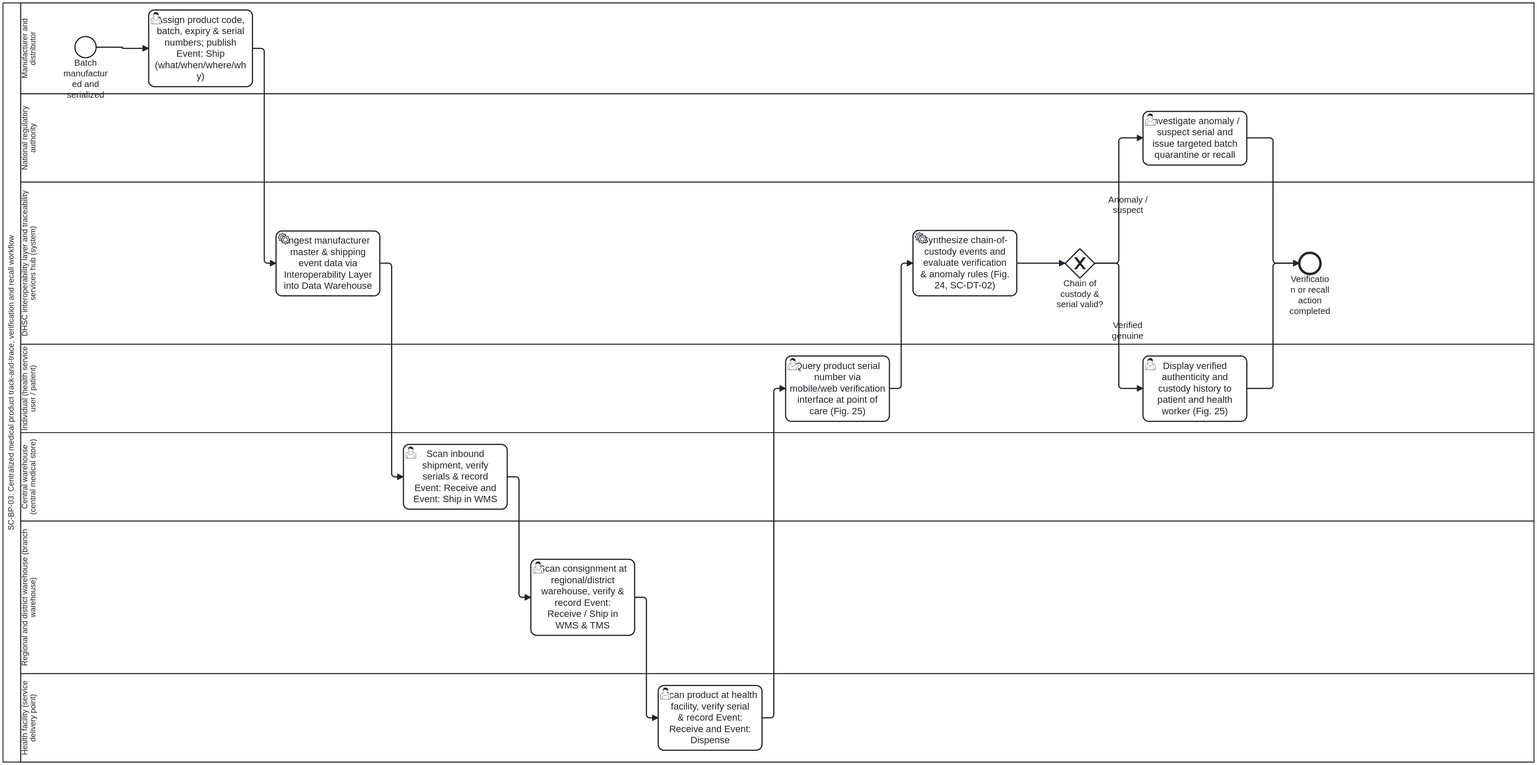
Before: folio/dth-sc/media/bp-sc-bp-03-centralized-track-and-trace.svg, a diagram exported from BPMN (litlfred/dth-sc). Its source is kept beside it as folio/dth-sc/ch04-traceability/bp-sc-bp-03-centralized-track-and-trace.bpmn. Ids are renumbered.
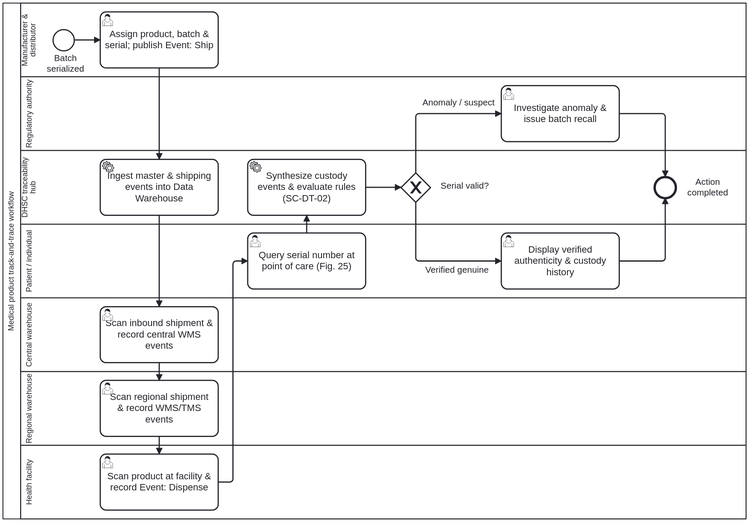
The same diagram one commit later.

Commit message:
Compact and detangle SC-BP-01..03 BPMN diagrams and re-render SVGs

Diff of the diagram source:
```diff
@@ -14,84 +14,84 @@
   <bpmn:resource id="pers:health-service-user" name="Individual (health service user / patient)"/>
 
   <bpmn:collaboration id="Collab_SC_BP_03">
-    <bpmn:participant id="Pool_SC_BP_03" name="SC-BP-03: Centralized medical product track-and-trace, verification and recall workflow" processRef="SC_BP_03"/>
+    <bpmn:participant id="Pool_SC_BP_03" name="Medical product track-and-trace workflow" processRef="SC_BP_03"/>
   </bpmn:collaboration>
 
-  <bpmn:process id="SC_BP_03" name="SC-BP-03: Centralized medical product track-and-trace, verification and recall workflow" isExecutable="false">
+  <bpmn:process id="SC_BP_03" name="Centralized medical product track-and-trace, verification and recall workflow" isExecutable="false">
     <bpmn:documentation>Models end-to-end medical product serialization, traceability event capture (what: product identifier, batch, serial; when: timestamp; where: location; why: receive, ship, dispense, discard), central aggregation via the DHSC interoperability layer and data warehouse, point-of-dispense verification, and regulatory anomaly/recall investigation in the centralized traceability model (Chapter 4 Figures 24–25).</bpmn:documentation>
     <bpmn:laneSet id="LaneSet_SC_BP_03">
-      <bpmn:lane id="Lane_BP03_Manufacturer" name="Manufacturer and distributor" partitionElementRef="pers:manufacturer-distributor">
+      <bpmn:lane id="Lane_BP03_Manufacturer" name="Manufacturer &amp; distributor" partitionElementRef="pers:manufacturer-distributor">
         <bpmn:flowNodeRef>Start_BP03</bpmn:flowNodeRef>
         <bpmn:flowNodeRef>Task_BP03_01</bpmn:flowNodeRef>
       </bpmn:lane>
-      <bpmn:lane id="Lane_BP03_CentralWarehouse" name="Central warehouse (central medical store)" partitionElementRef="pers:central-warehouse">
-        <bpmn:flowNodeRef>Task_BP03_03</bpmn:flowNodeRef>
+      <bpmn:lane id="Lane_BP03_Regulatory" name="Regulatory authority" partitionElementRef="pers:regulatory-authority">
+        <bpmn:flowNodeRef>Task_BP03_09</bpmn:flowNodeRef>
       </bpmn:lane>
-      <bpmn:lane id="Lane_BP03_RegionalWarehouse" name="Regional and district warehouse (branch warehouse)" partitionElementRef="pers:regional-district-warehouse">
-        <bpmn:flowNodeRef>Task_BP03_04</bpmn:flowNodeRef>
-      </bpmn:lane>
-      <bpmn:lane id="Lane_BP03_HealthFacility" name="Health facility (service delivery point)" partitionElementRef="pers:health-facility">
-        <bpmn:flowNodeRef>Task_BP03_05</bpmn:flowNodeRef>
-      </bpmn:lane>
-      <bpmn:lane id="Lane_BP03_DHSCTraceabilityHub" name="DHSC interoperability layer and traceability services hub (system)" partitionElementRef="pers:system-dhsc-traceability-hub">
+      <bpmn:lane id="Lane_BP03_DHSCTraceabilityHub" name="DHSC traceability hub" partitionElementRef="pers:system-dhsc-traceability-hub">
         <bpmn:flowNodeRef>Task_BP03_02</bpmn:flowNodeRef>
         <bpmn:flowNodeRef>Task_BP03_07</bpmn:flowNodeRef>
         <bpmn:flowNodeRef>Gw_BP03_Authentic</bpmn:flowNodeRef>
         <bpmn:flowNodeRef>End_BP03</bpmn:flowNodeRef>
       </bpmn:lane>
-      <bpmn:lane id="Lane_BP03_Regulatory" name="National regulatory authority" partitionElementRef="pers:regulatory-authority">
-        <bpmn:flowNodeRef>Task_BP03_09</bpmn:flowNodeRef>
-      </bpmn:lane>
-      <bpmn:lane id="Lane_BP03_Individual" name="Individual (health service user / patient)" partitionElementRef="pers:health-service-user">
+      <bpmn:lane id="Lane_BP03_Individual" name="Patient / individual" partitionElementRef="pers:health-service-user">
         <bpmn:flowNodeRef>Task_BP03_06</bpmn:flowNodeRef>
         <bpmn:flowNodeRef>Task_BP03_08</bpmn:flowNodeRef>
       </bpmn:lane>
+      <bpmn:lane id="Lane_BP03_CentralWarehouse" name="Central warehouse" partitionElementRef="pers:central-warehouse">
+        <bpmn:flowNodeRef>Task_BP03_03</bpmn:flowNodeRef>
+      </bpmn:lane>
+      <bpmn:lane id="Lane_BP03_RegionalWarehouse" name="Regional warehouse" partitionElementRef="pers:regional-district-warehouse">
+        <bpmn:flowNodeRef>Task_BP03_04</bpmn:flowNodeRef>
+      </bpmn:lane>
+      <bpmn:lane id="Lane_BP03_HealthFacility" name="Health facility" partitionElementRef="pers:health-facility">
+        <bpmn:flowNodeRef>Task_BP03_05</bpmn:flowNodeRef>
+      </bpmn:lane>
     </bpmn:laneSet>
-    <bpmn:startEvent id="Start_BP03" name="Batch manufactured and serialized">
+    <bpmn:startEvent id="Start_BP03" name="Batch serialized">
       <bpmn:outgoing>Flow_BP03_01</bpmn:outgoing>
     </bpmn:startEvent>
-    <bpmn:userTask id="Task_BP03_01" name="Assign product code, batch, expiry &amp; serial numbers; publish Event: Ship (what/when/where/why)">
+    <bpmn:userTask id="Task_BP03_01" name="Assign product, batch &amp; serial; publish Event: Ship">
       <bpmn:incoming>Flow_BP03_01</bpmn:incoming>
       <bpmn:outgoing>Flow_BP03_02</bpmn:outgoing>
     </bpmn:userTask>
-    <bpmn:serviceTask id="Task_BP03_02" name="Ingest manufacturer master &amp; shipping event data via Interoperability Layer into Data Warehouse">
+    <bpmn:serviceTask id="Task_BP03_02" name="Ingest master &amp; shipping events into Data Warehouse">
       <bpmn:incoming>Flow_BP03_02</bpmn:incoming>
       <bpmn:outgoing>Flow_BP03_03</bpmn:outgoing>
     </bpmn:serviceTask>
-    <bpmn:userTask id="Task_BP03_03" name="Scan inbound shipment, verify serials &amp; record Event: Receive and Event: Ship in WMS">
+    <bpmn:userTask id="Task_BP03_03" name="Scan inbound shipment &amp; record central WMS events">
       <bpmn:incoming>Flow_BP03_03</bpmn:incoming>
       <bpmn:outgoing>Flow_BP03_04</bpmn:outgoing>
     </bpmn:userTask>
-    <bpmn:userTask id="Task_BP03_04" name="Scan consignment at regional/district warehouse, verify &amp; record Event: Receive / Ship in WMS &amp; TMS">
+    <bpmn:userTask id="Task_BP03_04" name="Scan regional shipment &amp; record WMS/TMS events">
       <bpmn:incoming>Flow_BP03_04</bpmn:incoming>
       <bpmn:outgoing>Flow_BP03_05</bpmn:outgoing>
     </bpmn:userTask>
-    <bpmn:userTask id="Task_BP03_05" name="Scan product at health facility, verify serial &amp; record Event: Receive and Event: Dispense">
+    <bpmn:userTask id="Task_BP03_05" name="Scan product at facility &amp; record Event: Dispense">
       <bpmn:incoming>Flow_BP03_05</bpmn:incoming>
       <bpmn:outgoing>Flow_BP03_06</bpmn:outgoing>
     </bpmn:userTask>
-    <bpmn:userTask id="Task_BP03_06" name="Query product serial number via mobile/web verification interface at point of care (Fig. 25)">
+    <bpmn:userTask id="Task_BP03_06" name="Query serial number at point of care (Fig. 25)">
       <bpmn:incoming>Flow_BP03_06</bpmn:incoming>
       <bpmn:outgoing>Flow_BP03_07</bpmn:outgoing>
     </bpmn:userTask>
-    <bpmn:serviceTask id="Task_BP03_07" name="Synthesize chain-of-custody events and evaluate verification &amp; anomaly rules (Fig. 24, SC-DT-02)">
+    <bpmn:serviceTask id="Task_BP03_07" name="Synthesize custody events &amp; evaluate rules (SC-DT-02)">
       <bpmn:incoming>Flow_BP03_07</bpmn:incoming>
       <bpmn:outgoing>Flow_BP03_08</bpmn:outgoing>
     </bpmn:serviceTask>
-    <bpmn:exclusiveGateway id="Gw_BP03_Authentic" name="Chain of custody &amp; serial valid?">
+    <bpmn:exclusiveGateway id="Gw_BP03_Authentic" name="Serial valid?">
       <bpmn:incoming>Flow_BP03_08</bpmn:incoming>
       <bpmn:outgoing>Flow_BP03_09</bpmn:outgoing>
       <bpmn:outgoing>Flow_BP03_10</bpmn:outgoing>
     </bpmn:exclusiveGateway>
-    <bpmn:userTask id="Task_BP03_08" name="Display verified authenticity and custody history to patient and health worker (Fig. 25)">
+    <bpmn:userTask id="Task_BP03_08" name="Display verified authenticity &amp; custody history">
       <bpmn:incoming>Flow_BP03_09</bpmn:incoming>
       <bpmn:outgoing>Flow_BP03_11</bpmn:outgoing>
     </bpmn:userTask>
-    <bpmn:userTask id="Task_BP03_09" name="Investigate anomaly / suspect serial and issue targeted batch quarantine or recall">
+    <bpmn:userTask id="Task_BP03_09" name="Investigate anomaly &amp; issue batch recall">
       <bpmn:incoming>Flow_BP03_10</bpmn:incoming>
       <bpmn:outgoing>Flow_BP03_12</bpmn:outgoing>
     </bpmn:userTask>
-    <bpmn:endEvent id="End_BP03" name="Verification or recall action completed">
+    <bpmn:endEvent id="End_BP03" name="Action completed">
       <bpmn:incoming>Flow_BP03_11</bpmn:incoming>
       <bpmn:incoming>Flow_BP03_12</bpmn:incoming>
     </bpmn:endEvent>
@@ -103,8 +103,8 @@
     <bpmn:sequenceFlow id="Flow_BP03_06" sourceRef="Task_BP03_05" targetRef="Task_BP03_06"/>
     <bpmn:sequenceFlow id="Flow_BP03_07" sourceRef="Task_BP03_06" targetRef="Task_BP03_07"/>
     <bpmn:sequenceFlow id="Flow_BP03_08" sourceRef="Task_BP03_07" targetRef="Gw_BP03_Authentic"/>
-    <bpmn:sequenceFlow id="Flow_BP03_09" sourceRef="Gw_BP03_Authentic" targetRef="Task_BP03_08" name="Verified genuine"/>
-    <bpmn:sequenceFlow id="Flow_BP03_10" sourceRef="Gw_BP03_Authentic" targetRef="Task_BP03_09" name="Anomaly / suspect"/>
+    <bpmn:sequenceFlow id="Flow_BP03_09" name="Verified genuine" sourceRef="Gw_BP03_Authentic" targetRef="Task_BP03_08"/>
+    <bpmn:sequenceFlow id="Flow_BP03_10" name="Anomaly / suspect" sourceRef="Gw_BP03_Authentic" targetRef="Task_BP03_09"/>
     <bpmn:sequenceFlow id="Flow_BP03_11" sourceRef="Task_BP03_08" targetRef="End_BP03"/>
     <bpmn:sequenceFlow id="Flow_BP03_12" sourceRef="Task_BP03_09" targetRef="End_BP03"/>
   </bpmn:process>
@@ -112,134 +112,133 @@
   <bpmndi:BPMNDiagram id="BPMNDiagram_SC_BP_03">
     <bpmndi:BPMNPlane id="BPMNPlane_SC_BP_03" bpmnElement="Collab_SC_BP_03">
       <bpmndi:BPMNShape id="Pool_SC_BP_03_di" bpmnElement="Pool_SC_BP_03" isHorizontal="true">
-        <dc:Bounds x="120" y="80" width="2596" height="1288" />
+        <dc:Bounds x="120" y="80" width="1260" height="875" />
       </bpmndi:BPMNShape>
       <bpmndi:BPMNShape id="Lane_BP03_Manufacturer_di" bpmnElement="Lane_BP03_Manufacturer" isHorizontal="true">
-        <dc:Bounds x="150" y="80" width="2566" height="154" />
+        <dc:Bounds x="150" y="80" width="1230" height="125" />
+      </bpmndi:BPMNShape>
+      <bpmndi:BPMNShape id="Lane_BP03_Regulatory_di" bpmnElement="Lane_BP03_Regulatory" isHorizontal="true">
+        <dc:Bounds x="150" y="205" width="1230" height="125" />
+      </bpmndi:BPMNShape>
+      <bpmndi:BPMNShape id="Lane_BP03_DHSCTraceabilityHub_di" bpmnElement="Lane_BP03_DHSCTraceabilityHub" isHorizontal="true">
+        <dc:Bounds x="150" y="330" width="1230" height="125" />
+      </bpmndi:BPMNShape>
+      <bpmndi:BPMNShape id="Lane_BP03_Individual_di" bpmnElement="Lane_BP03_Individual" isHorizontal="true">
+        <dc:Bounds x="150" y="455" width="1230" height="125" />
       </bpmndi:BPMNShape>
       <bpmndi:BPMNShape id="Lane_BP03_CentralWarehouse_di" bpmnElement="Lane_BP03_CentralWarehouse" isHorizontal="true">
-        <dc:Bounds x="150" y="809" width="2566" height="150" />
+        <dc:Bounds x="150" y="580" width="1230" height="125" />
       </bpmndi:BPMNShape>
       <bpmndi:BPMNShape id="Lane_BP03_RegionalWarehouse_di" bpmnElement="Lane_BP03_RegionalWarehouse" isHorizontal="true">
-        <dc:Bounds x="150" y="959" width="2566" height="259" />
+        <dc:Bounds x="150" y="705" width="1230" height="125" />
       </bpmndi:BPMNShape>
       <bpmndi:BPMNShape id="Lane_BP03_HealthFacility_di" bpmnElement="Lane_BP03_HealthFacility" isHorizontal="true">
-        <dc:Bounds x="150" y="1218" width="2566" height="150" />
-      </bpmndi:BPMNShape>
-      <bpmndi:BPMNShape id="Lane_BP03_DHSCTraceabilityHub_di" bpmnElement="Lane_BP03_DHSCTraceabilityHub" isHorizontal="true">
-        <dc:Bounds x="150" y="384" width="2566" height="275" />
-      </bpmndi:BPMNShape>
-      <bpmndi:BPMNShape id="Lane_BP03_Regulatory_di" bpmnElement="Lane_BP03_Regulatory" isHorizontal="true">
-        <dc:Bounds x="150" y="234" width="2566" height="150" />
-      </bpmndi:BPMNShape>
-      <bpmndi:BPMNShape id="Lane_BP03_Individual_di" bpmnElement="Lane_BP03_Individual" isHorizontal="true">
-        <dc:Bounds x="150" y="659" width="2566" height="150" />
+        <dc:Bounds x="150" y="830" width="1230" height="125" />
       </bpmndi:BPMNShape>
       <bpmndi:BPMNShape id="Start_BP03_di" bpmnElement="Start_BP03">
-        <dc:Bounds x="242" y="137" width="36" height="36" />
+        <dc:Bounds x="205" y="124.5" width="36" height="36" />
+        <bpmndi:BPMNLabel>
+          <dc:Bounds x="188" y="165" width="76" height="36" />
+        </bpmndi:BPMNLabel>
       </bpmndi:BPMNShape>
       <bpmndi:BPMNShape id="Task_BP03_01_di" bpmnElement="Task_BP03_01">
-        <dc:Bounds x="367" y="92" width="176" height="130" />
+        <dc:Bounds x="285" y="95" width="200" height="95" />
       </bpmndi:BPMNShape>
       <bpmndi:BPMNShape id="Task_BP03_02_di" bpmnElement="Task_BP03_02">
-        <dc:Bounds x="583" y="466.5" width="176" height="110" />
+        <dc:Bounds x="285" y="345" width="200" height="95" />
       </bpmndi:BPMNShape>
       <bpmndi:BPMNShape id="Task_BP03_03_di" bpmnElement="Task_BP03_03">
-        <dc:Bounds x="799" y="829" width="176" height="110" />
+        <dc:Bounds x="285" y="595" width="200" height="95" />
       </bpmndi:BPMNShape>
       <bpmndi:BPMNShape id="Task_BP03_04_di" bpmnElement="Task_BP03_04">
-        <dc:Bounds x="1015" y="1024" width="176" height="129" />
+        <dc:Bounds x="285" y="720" width="200" height="95" />
       </bpmndi:BPMNShape>
       <bpmndi:BPMNShape id="Task_BP03_05_di" bpmnElement="Task_BP03_05">
-        <dc:Bounds x="1231" y="1238" width="176" height="110" />
+        <dc:Bounds x="285" y="845" width="200" height="95" />
       </bpmndi:BPMNShape>
       <bpmndi:BPMNShape id="Task_BP03_06_di" bpmnElement="Task_BP03_06">
-        <dc:Bounds x="1447" y="678.5" width="176" height="111" />
+        <dc:Bounds x="535" y="470" width="200" height="95" />
       </bpmndi:BPMNShape>
       <bpmndi:BPMNShape id="Task_BP03_07_di" bpmnElement="Task_BP03_07">
-        <dc:Bounds x="1663" y="466" width="176" height="111" />
+        <dc:Bounds x="535" y="345" width="200" height="95" />
       </bpmndi:BPMNShape>
       <bpmndi:BPMNShape id="Gw_BP03_Authentic_di" bpmnElement="Gw_BP03_Authentic" isMarkerVisible="true">
-        <dc:Bounds x="1921" y="496.5" width="50" height="50" />
+        <dc:Bounds x="795" y="367.5" width="50" height="50" />
+        <bpmndi:BPMNLabel>
+          <dc:Bounds x="855" y="381" width="95" height="22" />
+        </bpmndi:BPMNLabel>
       </bpmndi:BPMNShape>
       <bpmndi:BPMNShape id="Task_BP03_08_di" bpmnElement="Task_BP03_08">
-        <dc:Bounds x="2053" y="678.5" width="176" height="111" />
+        <dc:Bounds x="965" y="470" width="200" height="95" />
       </bpmndi:BPMNShape>
       <bpmndi:BPMNShape id="Task_BP03_09_di" bpmnElement="Task_BP03_09">
-        <dc:Bounds x="2053" y="263.5" width="176" height="91" />
+        <dc:Bounds x="965" y="220" width="200" height="95" />
       </bpmndi:BPMNShape>
       <bpmndi:BPMNShape id="End_BP03_di" bpmnElement="End_BP03">
-        <dc:Bounds x="2318" y="503.5" width="36" height="36" />
+        <dc:Bounds x="1225" y="374.5" width="36" height="36" />
+        <bpmndi:BPMNLabel>
+          <dc:Bounds x="1270" y="375" width="90" height="36" />
+        </bpmndi:BPMNLabel>
       </bpmndi:BPMNShape>
       <bpmndi:BPMNEdge id="Flow_BP03_01_di" bpmnElement="Flow_BP03_01">
-        <di:waypoint x="278" y="155" />
-        <di:waypoint x="322.5" y="155" />
-        <di:waypoint x="322.5" y="157" />
-        <di:waypoint x="367" y="157" />
+        <di:waypoint x="241" y="142.5" />
+        <di:waypoint x="285" y="142.5" />
       </bpmndi:BPMNEdge>
       <bpmndi:BPMNEdge id="Flow_BP03_02_di" bpmnElement="Flow_BP03_02">
-        <di:waypoint x="543" y="157" />
-        <di:waypoint x="563" y="157" />
-        <di:waypoint x="563" y="521.5" />
-        <di:waypoint x="583" y="521.5" />
+        <di:waypoint x="385" y="190" />
+        <di:waypoint x="385" y="345" />
       </bpmndi:BPMNEdge>
       <bpmndi:BPMNEdge id="Flow_BP03_03_di" bpmnElement="Flow_BP03_03">
-        <di:waypoint x="759" y="521.5" />
-        <di:waypoint x="779" y="521.5" />
-        <di:waypoint x="779" y="884" />
-        <di:waypoint x="799" y="884" />
+        <di:waypoint x="385" y="440" />
+        <di:waypoint x="385" y="595" />
       </bpmndi:BPMNEdge>
       <bpmndi:BPMNEdge id="Flow_BP03_04_di" bpmnElement="Flow_BP03_04">
-        <di:waypoint x="975" y="884" />
-        <di:waypoint x="995" y="884" />
-        <di:waypoint x="995" y="1088.5" />
-        <di:waypoint x="1015" y="1088.5" />
+        <di:waypoint x="385" y="690" />
+        <di:waypoint x="385" y="720" />
       </bpmndi:BPMNEdge>
       <bpmndi:BPMNEdge id="Flow_BP03_05_di" bpmnElement="Flow_BP03_05">
-        <di:waypoint x="1191" y="1088.5" />
-        <di:waypoint x="1211" y="1088.5" />
-        <di:waypoint x="1211" y="1293" />
-        <di:waypoint x="1231" y="1293" />
+        <di:waypoint x="385" y="815" />
+        <di:waypoint x="385" y="845" />
       </bpmndi:BPMNEdge>
       <bpmndi:BPMNEdge id="Flow_BP03_06_di" bpmnElement="Flow_BP03_06">
-        <di:waypoint x="1407" y="1293" />
-        <di:waypoint x="1427" y="1293" />
-        <di:waypoint x="1427" y="734" />
-        <di:waypoint x="1447" y="734" />
+        <di:waypoint x="485" y="892.5" />
+        <di:waypoint x="510" y="892.5" />
+        <di:waypoint x="510" y="517.5" />
+        <di:waypoint x="535" y="517.5" />
       </bpmndi:BPMNEdge>
       <bpmndi:BPMNEdge id="Flow_BP03_07_di" bpmnElement="Flow_BP03_07">
-        <di:waypoint x="1623" y="734" />
-        <di:waypoint x="1643" y="734" />
-        <di:waypoint x="1643" y="521.5" />
-        <di:waypoint x="1663" y="521.5" />
+        <di:waypoint x="635" y="470" />
+        <di:waypoint x="635" y="440" />
       </bpmndi:BPMNEdge>
       <bpmndi:BPMNEdge id="Flow_BP03_08_di" bpmnElement="Flow_BP03_08">
-        <di:waypoint x="1839" y="521.5" />
-        <di:waypoint x="1921" y="521.5" />
+        <di:waypoint x="735" y="392.5" />
+        <di:waypoint x="795" y="392.5" />
       </bpmndi:BPMNEdge>
       <bpmndi:BPMNEdge id="Flow_BP03_09_di" bpmnElement="Flow_BP03_09">
-        <di:waypoint x="1971" y="521.5" />
-        <di:waypoint x="2012" y="521.5" />
-        <di:waypoint x="2012" y="734" />
-        <di:waypoint x="2053" y="734" />
+        <di:waypoint x="820" y="417.5" />
+        <di:waypoint x="820" y="517.5" />
+        <di:waypoint x="965" y="517.5" />
+        <bpmndi:BPMNLabel>
+          <dc:Bounds x="830" y="524" width="120" height="22" />
+        </bpmndi:BPMNLabel>
       </bpmndi:BPMNEdge>
       <bpmndi:BPMNEdge id="Flow_BP03_10_di" bpmnElement="Flow_BP03_10">
-        <di:waypoint x="1971" y="521.5" />
-        <di:waypoint x="2012" y="521.5" />
-        <di:waypoint x="2012" y="309" />
-        <di:waypoint x="2053" y="309" />
+        <di:waypoint x="820" y="367.5" />
+        <di:waypoint x="820" y="267.5" />
+        <di:waypoint x="965" y="267.5" />
+        <bpmndi:BPMNLabel>
+          <dc:Bounds x="830" y="240" width="125" height="22" />
+        </bpmndi:BPMNLabel>
       </bpmndi:BPMNEdge>
       <bpmndi:BPMNEdge id="Flow_BP03_11_di" bpmnElement="Flow_BP03_11">
-        <di:waypoint x="2229" y="734" />
-        <di:waypoint x="2273.5" y="734" />
-        <di:waypoint x="2273.5" y="521.5" />
-        <di:waypoint x="2318" y="521.5" />
+        <di:waypoint x="1165" y="517.5" />
+        <di:waypoint x="1243" y="517.5" />
+        <di:waypoint x="1243" y="410.5" />
       </bpmndi:BPMNEdge>
       <bpmndi:BPMNEdge id="Flow_BP03_12_di" bpmnElement="Flow_BP03_12">
-        <di:waypoint x="2229" y="309" />
-        <di:waypoint x="2273.5" y="309" />
-        <di:waypoint x="2273.5" y="521.5" />
-        <di:waypoint x="2318" y="521.5" />
+        <di:waypoint x="1165" y="267.5" />
+        <di:waypoint x="1243" y="267.5" />
+        <di:waypoint x="1243" y="374.5" />
       </bpmndi:BPMNEdge>
     </bpmndi:BPMNPlane>
   </bpmndi:BPMNDiagram>
```
